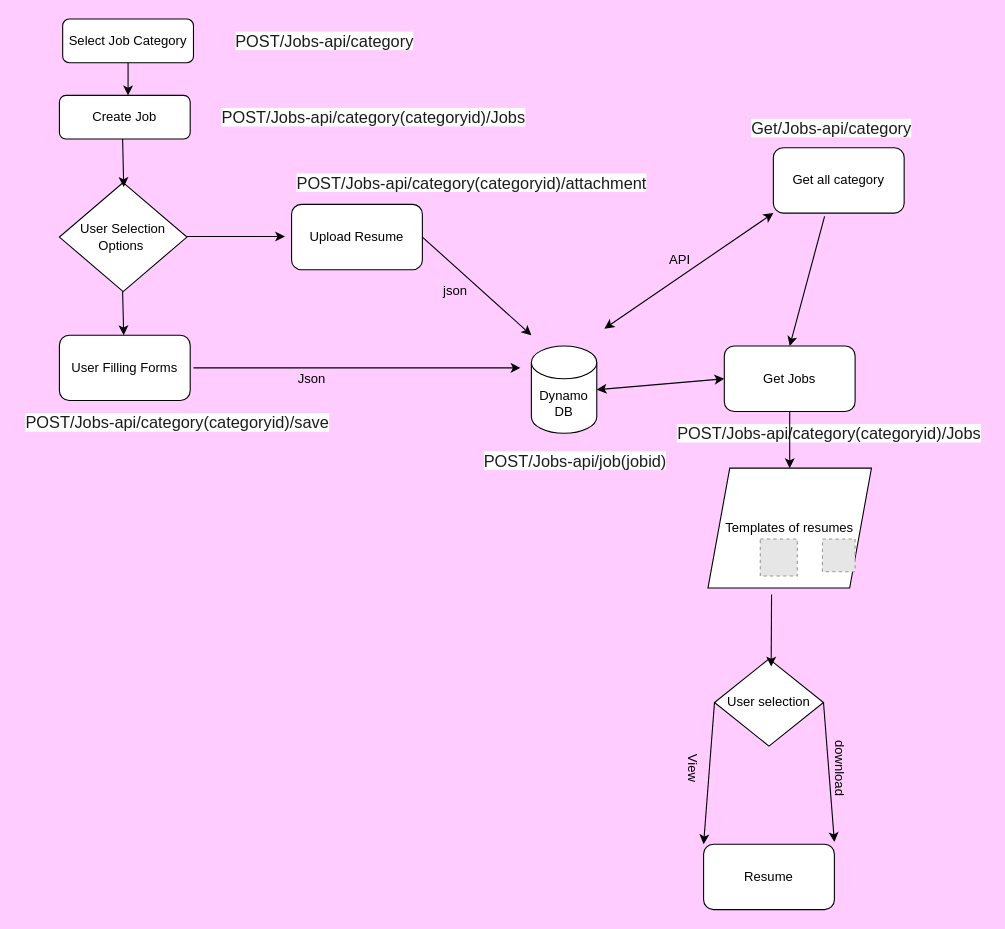
Before: Workflow-Digram-API.drawio in prasadkovai/architecture-digram, a draw.io diagram. Source tidied: cells renumbered, new cells numbered last; positions are measured from the earlier drawing's top-left corner, leaving out a move shared by most shapes. Both pictures are drawn from the tidied source at 109%, with x=0, y=0 at pixel (19, 19). Pictures stored in the file or linked from it are replaced by grey dashed boxes.
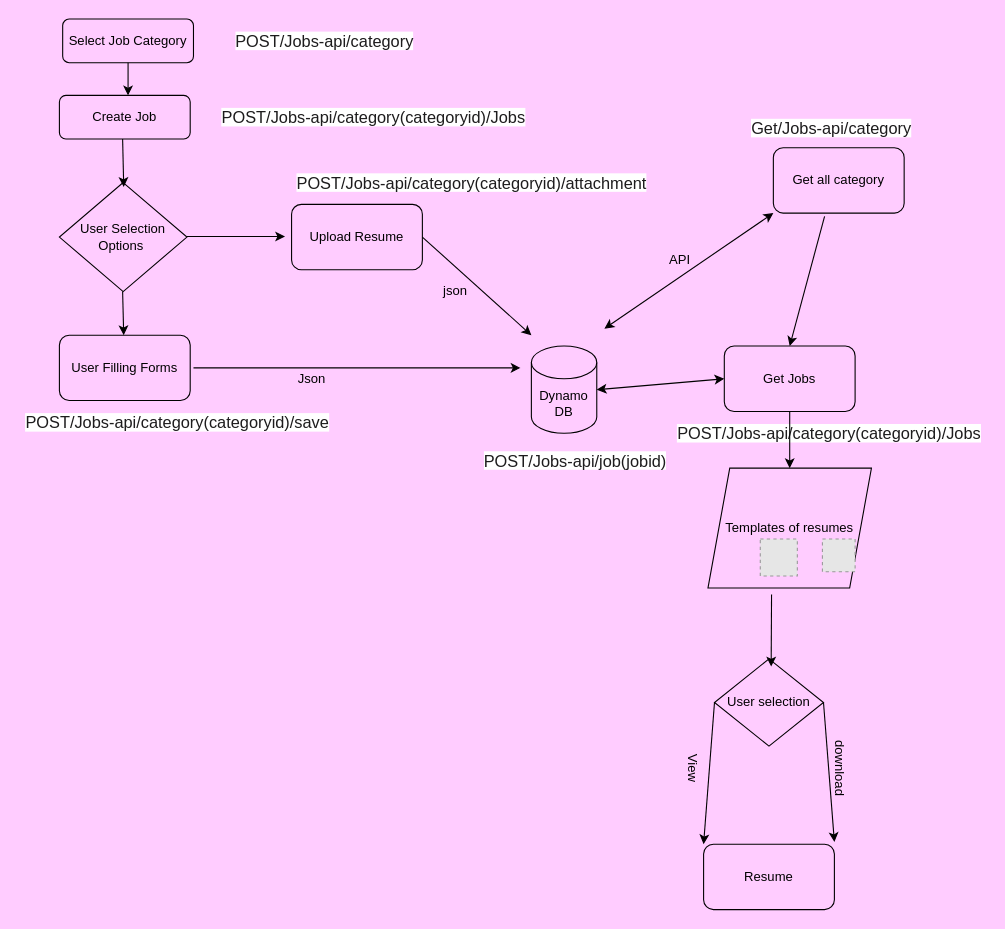
The same diagram, later.

Change to the diagram source:
```diff
@@
-    <mxCell id="2" value="Select Job Category" style="rounded=1;whiteSpace=wrap;html=1;" parent="1" vertex="1">
+    <mxCell id="2" value="Select Job Category" style="rounded=1;whiteSpace=wrap;html=1;fillColor=none;fontColor=#000000;labelBorderColor=none;strokeColor=#000000;" parent="1" vertex="1">
       <mxGeometry x="40" width="120" height="40" as="geometry" />
     </mxCell>
-    <mxCell id="3" value="Create Job" style="rounded=1;whiteSpace=wrap;html=1;" parent="1" vertex="1">
+    <mxCell id="3" value="Create Job" style="rounded=1;whiteSpace=wrap;html=1;strokeColor=#000000;fillColor=none;fontColor=#000000;" parent="1" vertex="1">
       <mxGeometry x="37" y="70" width="120" height="40" as="geometry" />
     </mxCell>
-    <mxCell id="4" style="endArrow=classic;html=1;exitX=0.5;exitY=1;exitDx=0;exitDy=0;" parent="1" edge="1" source="2">
+    <mxCell id="4" style="endArrow=classic;html=1;exitX=0.5;exitY=1;exitDx=0;exitDy=0;strokeColor=#000000;" parent="1" edge="1" source="2">
       <mxGeometry relative="1" as="geometry">
         <mxPoint x="100" y="70" as="targetPoint" />
       </mxGeometry>
     </mxCell>
-    <mxCell id="5" value="User Selection Options&amp;nbsp;" style="rhombus;whiteSpace=wrap;html=1;" parent="1" vertex="1">
+    <mxCell id="5" value="User Selection Options&amp;nbsp;" style="rhombus;whiteSpace=wrap;html=1;fontColor=#000000;strokeColor=#000000;fillColor=none;" parent="1" vertex="1">
       <mxGeometry x="37" y="150" width="117" height="100" as="geometry" />
     </mxCell>
-    <mxCell id="6" style="endArrow=classic;html=1;exitX=0.5;exitY=1;exitDx=0;exitDy=0;" parent="1" edge="1">
+    <mxCell id="6" style="endArrow=classic;html=1;exitX=0.5;exitY=1;exitDx=0;exitDy=0;strokeColor=#000000;" parent="1" edge="1">
       <mxGeometry relative="1" as="geometry">
         <mxPoint x="95" y="110" as="sourcePoint" />
         <mxPoint x="96" y="154" as="targetPoint" />
       </mxGeometry>
     </mxCell>
-    <mxCell id="7" value="User Filling Forms" style="rounded=1;whiteSpace=wrap;html=1;" parent="1" vertex="1">
+    <mxCell id="7" value="User Filling Forms" style="rounded=1;whiteSpace=wrap;html=1;fontColor=#000000;strokeColor=#000000;fillColor=none;" parent="1" vertex="1">
       <mxGeometry x="37" y="290" width="120" height="60" as="geometry" />
     </mxCell>
-    <mxCell id="8" value="Upload Resume" style="rounded=1;whiteSpace=wrap;html=1;" parent="1" vertex="1">
+    <mxCell id="8" value="Upload Resume" style="rounded=1;whiteSpace=wrap;html=1;strokeColor=#000000;fillColor=none;fontColor=#000000;" parent="1" vertex="1">
       <mxGeometry x="250" y="170" width="120" height="60" as="geometry" />
     </mxCell>
-    <mxCell id="9" style="endArrow=classic;html=1;" parent="1" edge="1">
+    <mxCell id="9" style="endArrow=classic;html=1;strokeColor=#000000;" parent="1" edge="1">
       <mxGeometry relative="1" as="geometry">
         <mxPoint x="154" y="199.5" as="sourcePoint" />
         <mxPoint x="244" y="199.5" as="targetPoint" />
       </mxGeometry>
     </mxCell>
-    <mxCell id="10" style="endArrow=classic;html=1;" parent="1" edge="1">
+    <mxCell id="10" style="endArrow=classic;html=1;strokeColor=#000000;" parent="1" edge="1">
       <mxGeometry relative="1" as="geometry">
         <mxPoint x="95" y="250" as="sourcePoint" />
         <mxPoint x="96" y="290" as="targetPoint" />
       </mxGeometry>
     </mxCell>
@@
-    <mxCell id="15" style="endArrow=classic;html=1;" parent="1" edge="1">
+    <mxCell id="15" style="endArrow=classic;html=1;strokeColor=#000000;" parent="1" edge="1">
       <mxGeometry relative="1" as="geometry">
         <mxPoint x="370" y="200" as="sourcePoint" />
         <mxPoint x="470" y="290" as="targetPoint" />
       </mxGeometry>
     </mxCell>
-    <mxCell id="16" style="endArrow=classic;html=1;" parent="1" edge="1">
+    <mxCell id="16" style="endArrow=classic;html=1;strokeColor=#000000;" parent="1" edge="1">
       <mxGeometry relative="1" as="geometry">
         <mxPoint x="160" y="320" as="sourcePoint" />
         <mxPoint x="460" y="320" as="targetPoint" />
       </mxGeometry>
     </mxCell>
-    <mxCell id="17" value="Dynamo&lt;br&gt;DB" style="shape=cylinder3;whiteSpace=wrap;html=1;boundedLbl=1;backgroundOutline=1;size=15;" parent="1" vertex="1">
+    <mxCell id="17" value="Dynamo&lt;br&gt;DB" style="shape=cylinder3;whiteSpace=wrap;html=1;boundedLbl=1;backgroundOutline=1;size=15;fontColor=#000000;strokeColor=#000000;fillColor=none;" parent="1" vertex="1">
       <mxGeometry x="470" y="300" width="60" height="80" as="geometry" />
     </mxCell>
-    <mxCell id="18" value="Json&amp;nbsp;" style="text;html=1;align=center;verticalAlign=middle;strokeColor=none;" parent="1" vertex="1">
+    <mxCell id="18" value="Json&amp;nbsp;" style="text;html=1;align=center;verticalAlign=middle;strokeColor=none;fontColor=#000000;" parent="1" vertex="1">
       <mxGeometry x="250" y="320" width="40" height="20" as="geometry" />
     </mxCell>
@@
-    <mxCell id="21" value="Get Jobs" style="rounded=1;whiteSpace=wrap;html=1;" parent="1" vertex="1">
+    <mxCell id="21" value="Get Jobs" style="rounded=1;whiteSpace=wrap;html=1;strokeColor=#000000;fillColor=none;fontColor=#000000;" parent="1" vertex="1">
       <mxGeometry x="647" y="300" width="120" height="60" as="geometry" />
     </mxCell>
-    <mxCell id="22" value="Templates of resumes" style="shape=parallelogram;perimeter=parallelogramPerimeter;whiteSpace=wrap;html=1;fixedSize=1;" parent="1" vertex="1">
+    <mxCell id="22" value="Templates of resumes" style="shape=parallelogram;perimeter=parallelogramPerimeter;whiteSpace=wrap;html=1;fixedSize=1;fontColor=#000000;strokeColor=#000000;fillColor=none;" parent="1" vertex="1">
       <mxGeometry x="632" y="412" width="150" height="110" as="geometry" />
     </mxCell>
@@
-    <mxCell id="26" style="endArrow=classic;startArrow=classic;html=1;exitX=1;exitY=0.5;exitDx=0;exitDy=0;exitPerimeter=0;entryX=0;entryY=0.5;entryDx=0;entryDy=0;" parent="1" edge="1" source="17" target="21">
+    <mxCell id="26" style="endArrow=classic;startArrow=classic;html=1;exitX=1;exitY=0.5;exitDx=0;exitDy=0;exitPerimeter=0;entryX=0;entryY=0.5;entryDx=0;entryDy=0;strokeColor=#000000;" parent="1" edge="1" source="17" target="21">
       <mxGeometry relative="1" as="geometry" />
     </mxCell>
-    <mxCell id="27" style="endArrow=classic;html=1;exitX=0.5;exitY=1;exitDx=0;exitDy=0;entryX=0.5;entryY=0;entryDx=0;entryDy=0;" parent="1" edge="1" source="21" target="22">
+    <mxCell id="27" style="endArrow=classic;html=1;exitX=0.5;exitY=1;exitDx=0;exitDy=0;entryX=0.5;entryY=0;entryDx=0;entryDy=0;strokeColor=#000000;" parent="1" edge="1" source="21" target="22">
       <mxGeometry relative="1" as="geometry" />
     </mxCell>
-    <mxCell id="28" value="Resume" style="rounded=1;whiteSpace=wrap;html=1;" parent="1" vertex="1">
+    <mxCell id="28" value="Resume" style="rounded=1;whiteSpace=wrap;html=1;fontColor=#000000;strokeColor=#000000;fillColor=none;" parent="1" vertex="1">
       <mxGeometry x="628" y="757" width="120" height="60" as="geometry" />
     </mxCell>
-    <mxCell id="29" value="User selection" style="rhombus;whiteSpace=wrap;html=1;" parent="1" vertex="1">
+    <mxCell id="29" value="User selection" style="rhombus;whiteSpace=wrap;html=1;strokeColor=#000000;fillColor=none;fontColor=#000000;" parent="1" vertex="1">
       <mxGeometry x="638" y="587" width="100" height="80" as="geometry" />
     </mxCell>
-    <mxCell id="30" style="endArrow=classic;html=1;exitX=0;exitY=0.5;exitDx=0;exitDy=0;entryX=0;entryY=0;entryDx=0;entryDy=0;" parent="1" edge="1" source="29" target="28">
+    <mxCell id="30" style="endArrow=classic;html=1;exitX=0;exitY=0.5;exitDx=0;exitDy=0;entryX=0;entryY=0;entryDx=0;entryDy=0;strokeColor=#000000;" parent="1" edge="1" source="29" target="28">
       <mxGeometry relative="1" as="geometry" />
     </mxCell>
-    <mxCell id="31" style="endArrow=classic;html=1;exitX=1;exitY=0.5;exitDx=0;exitDy=0;" parent="1" edge="1" source="29">
+    <mxCell id="31" style="endArrow=classic;html=1;exitX=1;exitY=0.5;exitDx=0;exitDy=0;strokeColor=#000000;" parent="1" edge="1" source="29">
       <mxGeometry relative="1" as="geometry">
         <mxPoint x="748" y="755" as="targetPoint" />
       </mxGeometry>
     </mxCell>
-    <mxCell id="32" value="View" style="text;html=1;align=center;verticalAlign=middle;strokeColor=none;rotation=90;" parent="1" vertex="1">
+    <mxCell id="32" value="View" style="text;html=1;align=center;verticalAlign=middle;strokeColor=none;rotation=90;fontColor=#000000;" parent="1" vertex="1">
       <mxGeometry x="598" y="677" width="40" height="20" as="geometry" />
     </mxCell>
-    <mxCell id="33" value="download" style="text;html=1;align=center;verticalAlign=middle;strokeColor=none;rotation=90;" parent="1" vertex="1">
+    <mxCell id="33" value="download" style="text;html=1;align=center;verticalAlign=middle;strokeColor=none;rotation=90;fontColor=#000000;" parent="1" vertex="1">
       <mxGeometry x="718" y="677" width="70" height="20" as="geometry" />
     </mxCell>
-    <mxCell id="34" style="endArrow=classic;html=1;entryX=0.5;entryY=0;entryDx=0;entryDy=0;exitX=0.389;exitY=1.053;exitDx=0;exitDy=0;exitPerimeter=0;" parent="1" edge="1" source="22">
+    <mxCell id="34" style="endArrow=classic;html=1;entryX=0.5;entryY=0;entryDx=0;entryDy=0;exitX=0.389;exitY=1.053;exitDx=0;exitDy=0;exitPerimeter=0;strokeColor=#000000;" parent="1" edge="1" source="22">
       <mxGeometry relative="1" as="geometry">
         <mxPoint x="690" y="594" as="targetPoint" />
       </mxGeometry>
     </mxCell>
-    <mxCell id="35" value="Get all category" style="rounded=1;whiteSpace=wrap;html=1;" parent="1" vertex="1">
+    <mxCell id="35" value="Get all category" style="rounded=1;whiteSpace=wrap;html=1;strokeColor=#000000;fontColor=#000000;fillColor=none;" parent="1" vertex="1">
       <mxGeometry x="692" y="118" width="120" height="60" as="geometry" />
     </mxCell>
-    <mxCell id="36" style="endArrow=classic;startArrow=classic;html=1;entryX=0;entryY=1;entryDx=0;entryDy=0;" parent="1" edge="1" target="35">
+    <mxCell id="36" style="endArrow=classic;startArrow=classic;html=1;entryX=0;entryY=1;entryDx=0;entryDy=0;strokeColor=#000000;" parent="1" edge="1" target="35">
       <mxGeometry relative="1" as="geometry">
         <mxPoint x="537" y="284" as="sourcePoint" />
       </mxGeometry>
     </mxCell>
@@
-    <mxCell id="38" style="endArrow=classic;html=1;entryX=0.5;entryY=0;entryDx=0;entryDy=0;" parent="1" edge="1" target="21">
+    <mxCell id="38" style="endArrow=classic;html=1;entryX=0.5;entryY=0;entryDx=0;entryDy=0;strokeColor=#000000;" parent="1" edge="1" target="21">
       <mxGeometry relative="1" as="geometry">
         <mxPoint x="739" y="181" as="sourcePoint" />
       </mxGeometry>
     </mxCell>
-    <mxCell id="39" value="API" style="text;html=1;align=center;verticalAlign=middle;strokeColor=none;" parent="1" vertex="1">
+    <mxCell id="39" value="API" style="text;html=1;align=center;verticalAlign=middle;strokeColor=none;fontColor=#000000;" parent="1" vertex="1">
       <mxGeometry x="591" y="212" width="29" height="18" as="geometry" />
     </mxCell>
```
